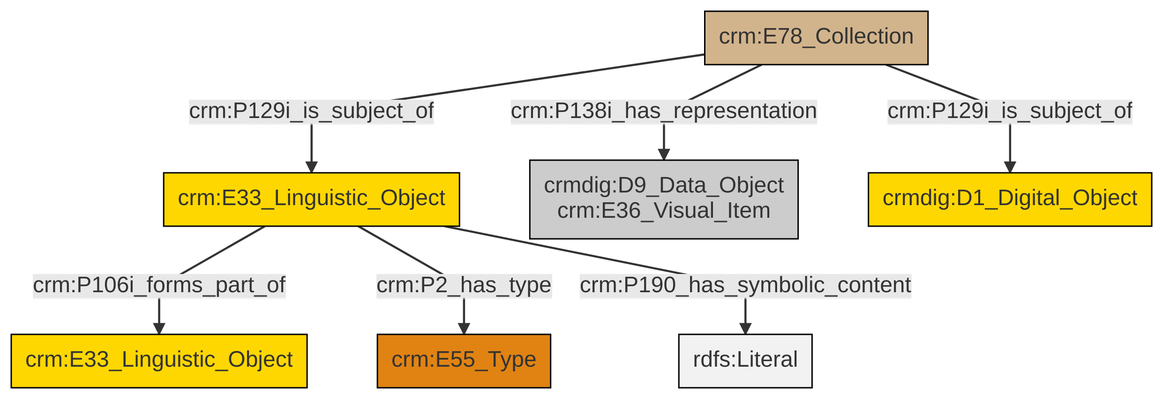
This is et/archivalCSV/ttl/mmd/png/archival_docs.png from swiss-art-research-net/docs.swissartresearch, a Mermaid export, as it was before one commit. Its source is kept beside it as et/archivalCSV/ttl/mmd/archival_docs.ttl.mmd.
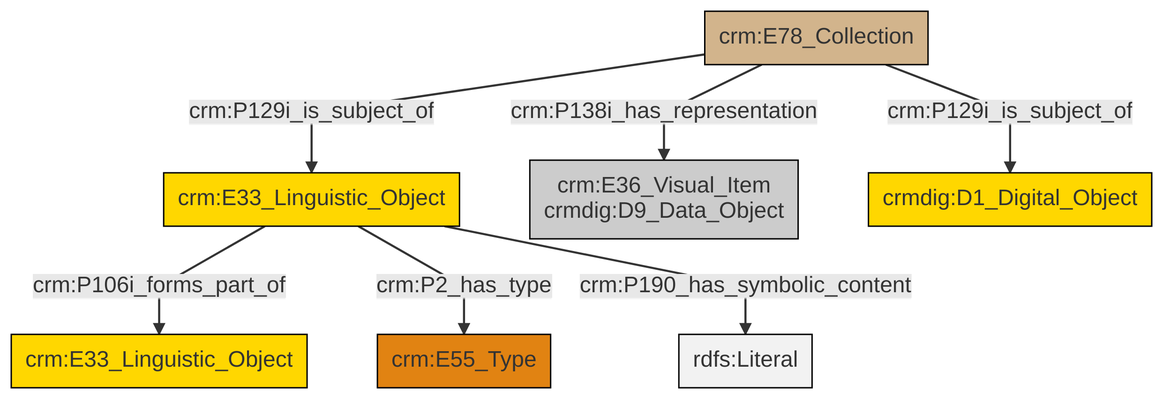
After the commit.

Diff of the diagram source:
```diff
@@ -13,9 +13,9 @@
 classDef PC_Classes fill:#4ce600, stroke:#000000;
 classDef Multi fill:#cccccc,stroke:#000000;
 
-0["crm:E78_Collection"]:::Physical_Thing -->|crm:P129i_is_subject_of| 1["crm:E33_Linguistic_Object"]:::Conceptual_Object
-1["crm:E33_Linguistic_Object"]:::Conceptual_Object -->|crm:P106i_forms_part_of| 3["crm:E33_Linguistic_Object"]:::Conceptual_Object
-1["crm:E33_Linguistic_Object"]:::Conceptual_Object -->|crm:P2_has_type| 4["crm:E55_Type"]:::Type
-0["crm:E78_Collection"]:::Physical_Thing -->|crm:P129i_is_subject_of| 12["crmdig:D1_Digital_Object"]:::Conceptual_Object
-1["crm:E33_Linguistic_Object"]:::Conceptual_Object -->|crm:P190_has_symbolic_content| 13[rdfs:Literal]:::Literal
-0["crm:E78_Collection"]:::Physical_Thing -->|crm:P138i_has_representation| 7["crmdig:D9_Data_Object<br>crm:E36_Visual_Item"]:::Multi
+0["crm:E33_Linguistic_Object"]:::Conceptual_Object -->|crm:P106i_forms_part_of| 2["crm:E33_Linguistic_Object"]:::Conceptual_Object
+0["crm:E33_Linguistic_Object"]:::Conceptual_Object -->|crm:P2_has_type| 5["crm:E55_Type"]:::Type
+6["crm:E78_Collection"]:::Physical_Thing -->|crm:P129i_is_subject_of| 0["crm:E33_Linguistic_Object"]:::Conceptual_Object
+6["crm:E78_Collection"]:::Physical_Thing -->|crm:P129i_is_subject_of| 9["crmdig:D1_Digital_Object"]:::Conceptual_Object
+6["crm:E78_Collection"]:::Physical_Thing -->|crm:P138i_has_representation| 3["crm:E36_Visual_Item<br>crmdig:D9_Data_Object"]:::Multi
+0["crm:E33_Linguistic_Object"]:::Conceptual_Object -->|crm:P190_has_symbolic_content| 14[rdfs:Literal]:::Literal
```
